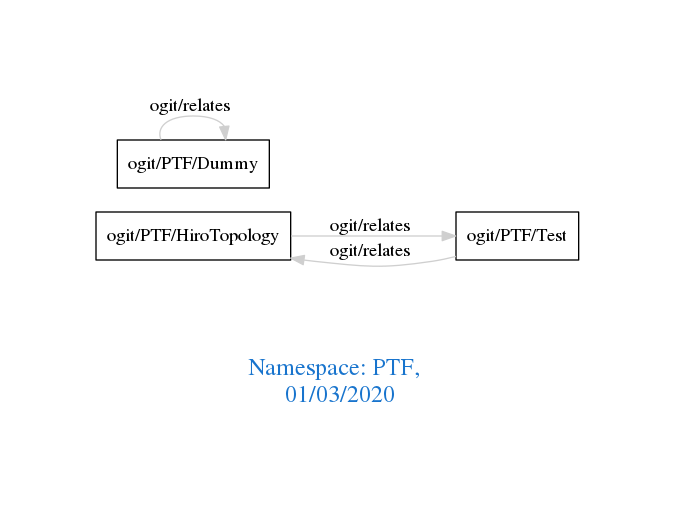
Earlier version of the Graphviz export downloads/PTF.png (arago/OGIT). Its source is kept beside it as downloads/PTF.dot.
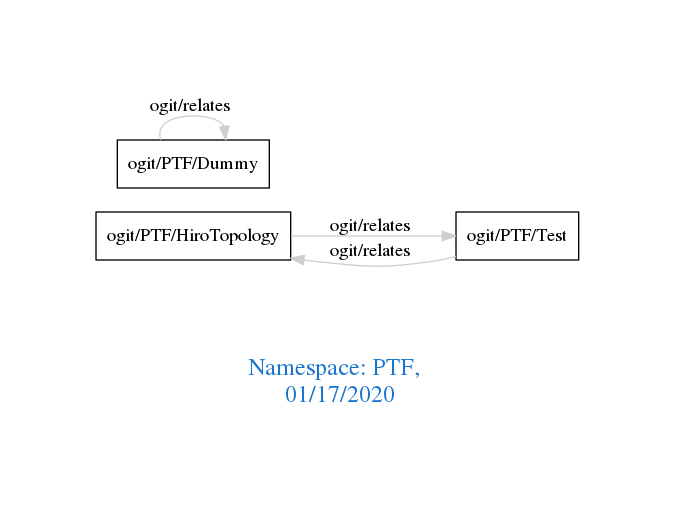
After the commit.

Change to the diagram source:
```diff
@@ -1,7 +1,7 @@
 digraph OGIT_ontology {
  graph [ rankdir= LR,pad=1
 fontsize = 18,
-fontcolor= dodgerblue3,label = "\n\n\nNamespace: PTF, \n 01/03/2020"];
+fontcolor= dodgerblue3,label = "\n\n\nNamespace: PTF, \n 01/17/2020"];
 node[shape=polygon];
 edge [  color="gray81"];
 
```
